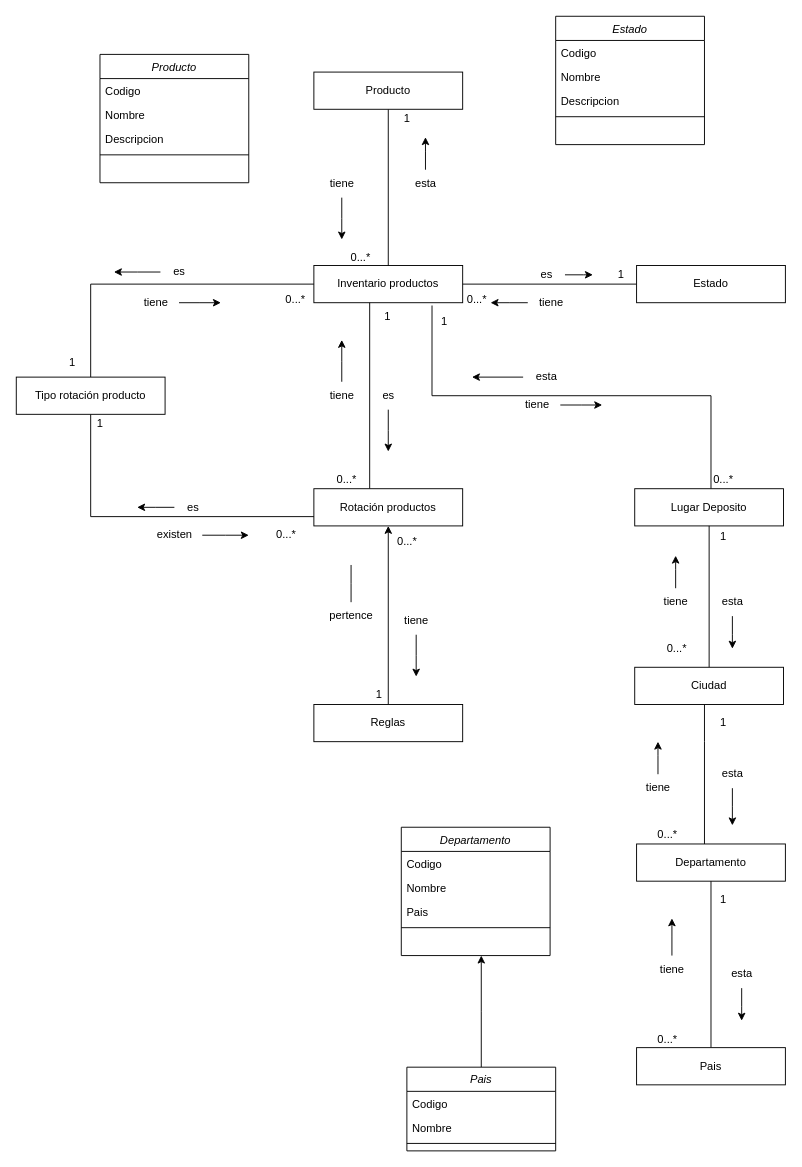
Above: Extraclase/Modelo de dominio/Modelo de dominio detallado/detallado.drawio in DOOPan2022/Presupuesto (draw.io), before the change. Source tidied: cells renumbered, new cells numbered last; positions are measured from the earlier drawing's top-left corner, leaving out a move shared by most shapes. Both pictures are drawn from the tidied source at 93%, with x=0, y=0 at pixel (16, 16).
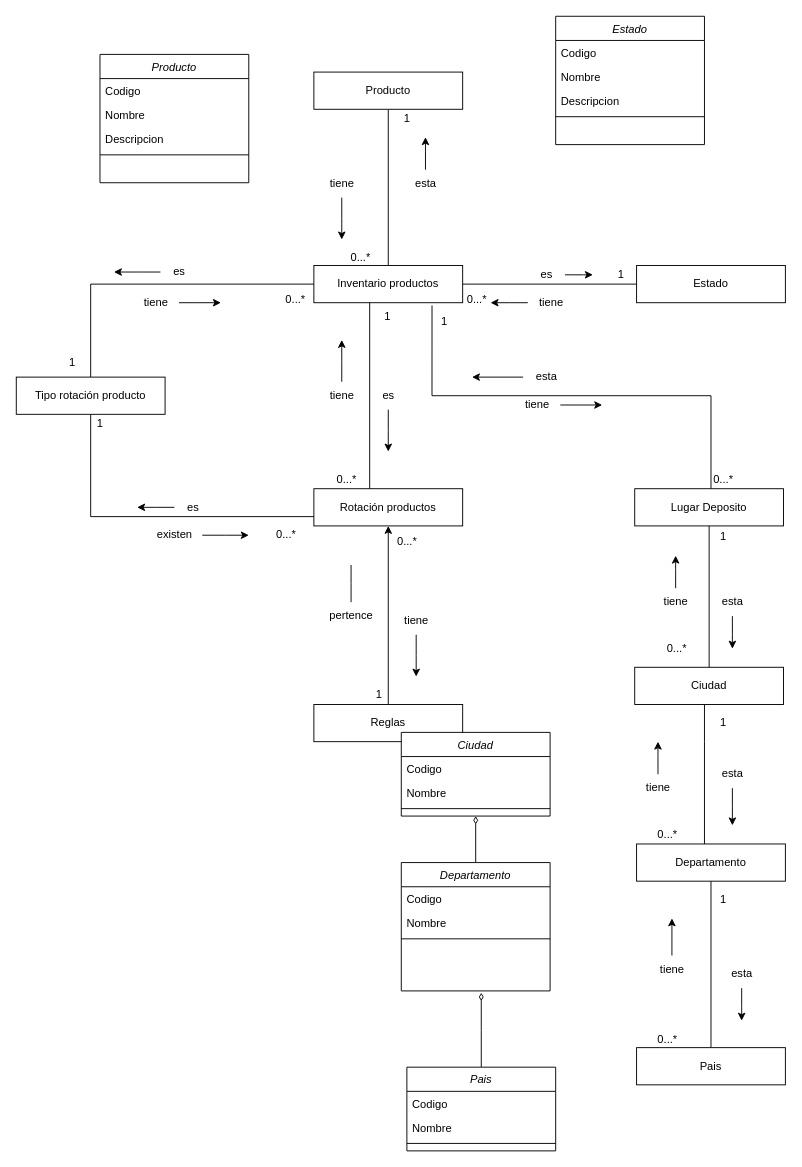
The same page after the edit.

The change refers to these unchanged cells:
```xml
<mxCell id="93" value="Pais" style="swimlane;fontStyle=2;align=center;verticalAlign=top;horizontal=1;startSize=26;rounded=0;shadow=0;strokeWidth=1;" parent="1" vertex="1">
  <mxGeometry x="420" y="1130" width="160" height="90" as="geometry" />
</mxCell>
```

Change to the diagram source:
```diff
@@
-    <mxCell id="92" style="edgeStyle=orthogonalEdgeStyle;rounded=0;jettySize=auto;html=1;" parent="1" edge="1" source="93">
+    <mxCell id="92" style="edgeStyle=orthogonalEdgeStyle;rounded=0;jettySize=auto;html=1;endArrow=diamondThin;endFill=0;" parent="1" edge="1" source="93">
       <mxGeometry relative="1" as="geometry">
-        <mxPoint x="500" y="1010" as="targetPoint" />
+        <mxPoint x="500" y="1050" as="targetPoint" />
       </mxGeometry>
     </mxCell>
@@
+    <mxCell id="102" style="edgeStyle=orthogonalEdgeStyle;rounded=0;jettySize=auto;html=1;entryX=0.5;entryY=1;entryDx=0;entryDy=0;endArrow=diamondThin;endFill=0;" parent="1" edge="1" source="97" target="103">
+      <mxGeometry relative="1" as="geometry" />
+    </mxCell>
     <mxCell id="97" value="Departamento" style="swimlane;fontStyle=2;align=center;verticalAlign=top;horizontal=1;startSize=26;rounded=0;shadow=0;strokeWidth=1;" parent="1" vertex="1">
-      <mxGeometry x="414" y="872" width="160" height="138" as="geometry" />
+      <mxGeometry x="414" y="910" width="160" height="138" as="geometry" />
     </mxCell>
@@
-    <mxCell id="100" value="Pais" style="text;align=left;verticalAlign=top;spacingLeft=4;spacingRight=4;overflow=hidden;rounded=0;shadow=0;html=0;" parent="97" vertex="1">
-      <mxGeometry y="78" width="160" height="26" as="geometry" />
-    </mxCell>
     <mxCell id="101" style="line;html=1;strokeWidth=1;align=left;verticalAlign=middle;spacingTop=-1;spacingLeft=3;spacingRight=3;labelPosition=right;" parent="97" vertex="1">
-      <mxGeometry y="104" width="160" height="8" as="geometry" />
+      <mxGeometry y="78" width="160" height="8" as="geometry" />
     </mxCell>
+    <mxCell id="103" value="Ciudad" style="swimlane;fontStyle=2;align=center;verticalAlign=top;horizontal=1;startSize=26;rounded=0;shadow=0;strokeWidth=1;" parent="1" vertex="1">
+      <mxGeometry x="414" y="770" width="160" height="90" as="geometry" />
+    </mxCell>
+    <mxCell id="104" value="Codigo" style="text;align=left;verticalAlign=top;spacingLeft=4;spacingRight=4;overflow=hidden;" parent="103" vertex="1">
+      <mxGeometry y="26" width="160" height="26" as="geometry" />
+    </mxCell>
+    <mxCell id="105" value="Nombre" style="text;align=left;verticalAlign=top;spacingLeft=4;spacingRight=4;overflow=hidden;rounded=0;shadow=0;html=0;" parent="103" vertex="1">
+      <mxGeometry y="52" width="160" height="26" as="geometry" />
+    </mxCell>
+    <mxCell id="106" style="line;html=1;strokeWidth=1;align=left;verticalAlign=middle;spacingTop=-1;spacingLeft=3;spacingRight=3;labelPosition=right;" parent="103" vertex="1">
+      <mxGeometry y="78" width="160" height="8" as="geometry" />
+    </mxCell>
```
